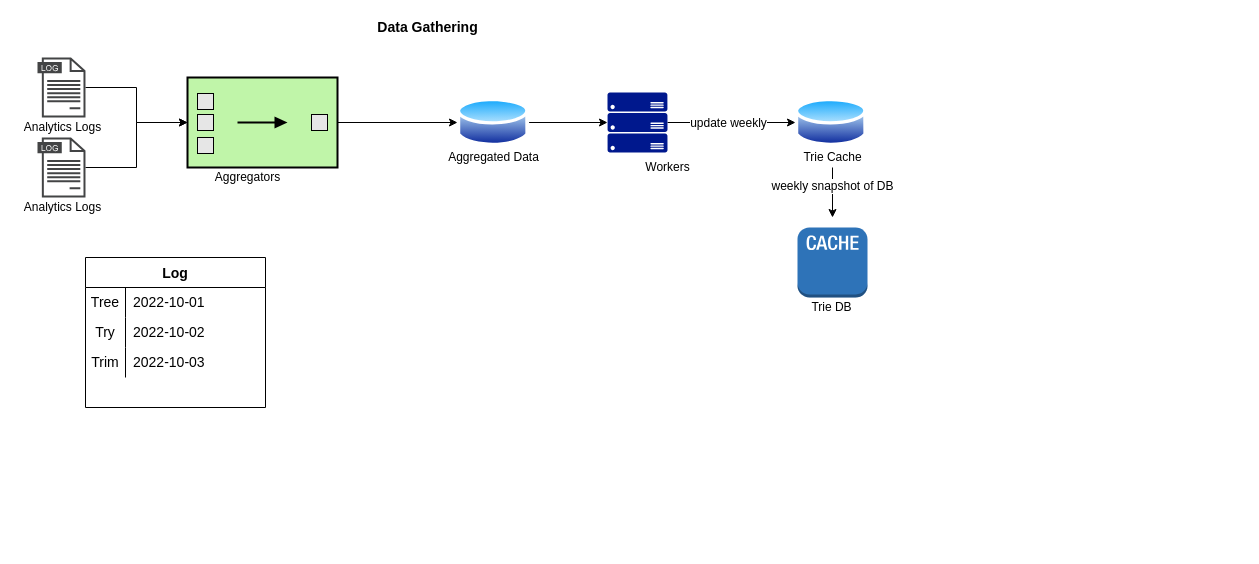
Before: Search Autocomplete System.drawio in qiusli/system-design, a draw.io diagram. Source tidied: cells renumbered, new cells numbered last; positions are measured from the earlier drawing's top-left corner, leaving out a move shared by most shapes. Both pictures are drawn from the tidied source at 100%, with x=0, y=0 at pixel (17, 17).
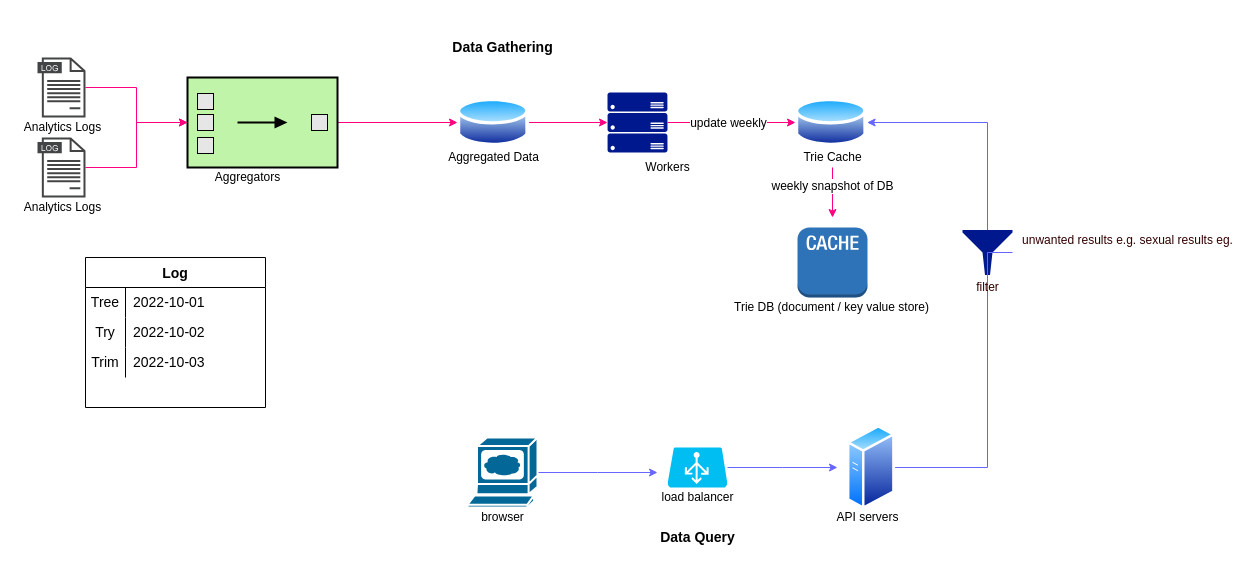
Above is the later version.

The change refers to these unchanged cells:
```xml
<mxCell id="3" style="sketch=0;shadow=0;dashed=0;html=1;strokeColor=none;fillColor=#434445;labelPosition=center;verticalLabelPosition=bottom;verticalAlign=top;align=center;outlineConnect=0;shape=mxgraph.vvd.log_files;" parent="1" vertex="1">
  <mxGeometry x="20" y="40" width="48" height="60" as="geometry" />
</mxCell>
<mxCell id="5" style="strokeWidth=2;outlineConnect=0;dashed=0;align=center;fontSize=8;fillColor=#c0f5a9;verticalLabelPosition=bottom;verticalAlign=top;shape=mxgraph.eip.aggregator;" parent="1" vertex="1">
  <mxGeometry x="170" y="60" width="150" height="90" as="geometry" />
</mxCell>
<mxCell id="7" style="sketch=0;shadow=0;dashed=0;html=1;strokeColor=none;fillColor=#434445;labelPosition=center;verticalLabelPosition=bottom;verticalAlign=top;align=center;outlineConnect=0;shape=mxgraph.vvd.log_files;" parent="1" vertex="1">
  <mxGeometry x="20" y="120" width="48" height="60" as="geometry" />
</mxCell>
<mxCell id="9" style="perimeter=ellipsePerimeter;html=1;align=center;shadow=0;dashed=0;spacingTop=3;image;image=img/lib/active_directory/database.svg;" parent="1" vertex="1">
  <mxGeometry x="440" y="78.5" width="71.6" height="53" as="geometry" />
</mxCell>
<mxCell id="12" style="sketch=0;shadow=0;dashed=0;html=1;strokeColor=none;labelPosition=center;verticalLabelPosition=bottom;verticalAlign=top;align=center;fillColor=#00188D;shape=mxgraph.azure.server_rack;" parent="1" vertex="1">
  <mxGeometry x="590" y="75" width="60" height="60" as="geometry" />
</mxCell>
<mxCell id="13" style="perimeter=ellipsePerimeter;html=1;align=center;shadow=0;dashed=0;spacingTop=3;image;image=img/lib/active_directory/database.svg;" parent="1" vertex="1">
  <mxGeometry x="778" y="78.5" width="71.6" height="53" as="geometry" />
</mxCell>
<mxCell id="22" value="Trie Cache" style="text;html=1;align=center;verticalAlign=middle;points=[];strokeColor=none;fillColor=none;" parent="1" vertex="1">
  <mxGeometry x="780" y="130" width="70" height="20" as="geometry" />
</mxCell>
```

What changed in the source:
```diff
@@
-    <mxCell id="2" style="edgeStyle=orthogonalEdgeStyle;rounded=0;jettySize=auto;html=1;entryX=0;entryY=0.5;entryDx=0;entryDy=0;entryPerimeter=0;" parent="1" edge="1" source="3" target="5">
+    <mxCell id="2" style="edgeStyle=orthogonalEdgeStyle;rounded=0;jettySize=auto;html=1;entryX=0;entryY=0.5;entryDx=0;entryDy=0;entryPerimeter=0;fontColor=#FF0000;strokeColor=#FF0080;" parent="1" edge="1" source="3" target="5">
       <mxGeometry relative="1" as="geometry" />
     </mxCell>
@@
-    <mxCell id="4" style="edgeStyle=orthogonalEdgeStyle;rounded=0;jettySize=auto;html=1;entryX=0;entryY=0.5;entryDx=0;entryDy=0;" parent="1" edge="1" source="5" target="9">
+    <mxCell id="4" style="edgeStyle=orthogonalEdgeStyle;rounded=0;jettySize=auto;html=1;entryX=0;entryY=0.5;entryDx=0;entryDy=0;fontColor=#FF0000;strokeColor=#FF0080;" parent="1" edge="1" source="5" target="9">
       <mxGeometry relative="1" as="geometry" />
     </mxCell>
@@
-    <mxCell id="6" style="edgeStyle=orthogonalEdgeStyle;rounded=0;jettySize=auto;html=1;entryX=0;entryY=0.5;entryDx=0;entryDy=0;entryPerimeter=0;" parent="1" edge="1" source="7" target="5">
+    <mxCell id="6" style="edgeStyle=orthogonalEdgeStyle;rounded=0;jettySize=auto;html=1;entryX=0;entryY=0.5;entryDx=0;entryDy=0;entryPerimeter=0;fontColor=#FF0000;strokeColor=#FF0080;" parent="1" edge="1" source="7" target="5">
       <mxGeometry relative="1" as="geometry" />
     </mxCell>
@@
-    <mxCell id="8" style="edgeStyle=orthogonalEdgeStyle;rounded=0;jettySize=auto;html=1;entryX=0;entryY=0.5;entryDx=0;entryDy=0;entryPerimeter=0;" parent="1" edge="1" source="9" target="12">
+    <mxCell id="8" style="edgeStyle=orthogonalEdgeStyle;rounded=0;jettySize=auto;html=1;entryX=0;entryY=0.5;entryDx=0;entryDy=0;entryPerimeter=0;fontColor=#FF0000;strokeColor=#FF0080;" parent="1" edge="1" source="9" target="12">
       <mxGeometry relative="1" as="geometry" />
     </mxCell>
@@
-    <mxCell id="10" style="edgeStyle=orthogonalEdgeStyle;rounded=0;jettySize=auto;html=1;entryX=0;entryY=0.5;entryDx=0;entryDy=0;" parent="1" edge="1" source="12" target="13">
+    <mxCell id="10" style="edgeStyle=orthogonalEdgeStyle;rounded=0;jettySize=auto;html=1;entryX=0;entryY=0.5;entryDx=0;entryDy=0;fontColor=#FF0000;strokeColor=#FF0080;" parent="1" edge="1" source="12" target="13">
       <mxGeometry relative="1" as="geometry" />
     </mxCell>
@@
-    <mxCell id="20" style="edgeStyle=orthogonalEdgeStyle;rounded=0;jettySize=auto;html=1;" parent="1" edge="1" source="22">
+    <mxCell id="20" style="edgeStyle=orthogonalEdgeStyle;rounded=0;jettySize=auto;html=1;strokeColor=#FF0080;" parent="1" edge="1" source="22">
       <mxGeometry relative="1" as="geometry">
         <mxPoint x="815" y="200" as="targetPoint" />
       </mxGeometry>
     </mxCell>
@@
-    <mxCell id="23" value="Trie DB" style="text;html=1;align=center;verticalAlign=middle;strokeColor=none;fillColor=none;" parent="1" vertex="1">
-      <mxGeometry x="783.8" y="280" width="60" height="20" as="geometry" />
+    <mxCell id="23" value="Trie DB (document / key value store)" style="text;html=1;align=center;verticalAlign=middle;strokeColor=none;fillColor=none;" parent="1" vertex="1">
+      <mxGeometry x="708.8" y="280" width="210" height="20" as="geometry" />
     </mxCell>
     <mxCell id="24" value="Data Gathering" style="text;html=1;align=center;verticalAlign=middle;strokeColor=none;fillColor=none;fontSize=14;fontStyle=1;" parent="1" vertex="1">
-      <mxGeometry x="350" width="120" height="20" as="geometry" />
+      <mxGeometry x="425" y="20" width="120" height="20" as="geometry" />
     </mxCell>
@@
+    <mxCell id="37" style="edgeStyle=orthogonalEdgeStyle;rounded=0;jettySize=auto;html=1;fontSize=12;strokeColor=#6666FF;" parent="1" edge="1" source="38">
+      <mxGeometry relative="1" as="geometry">
+        <mxPoint x="640" y="455" as="targetPoint" />
+      </mxGeometry>
+    </mxCell>
+    <mxCell id="38" style="shape=mxgraph.cisco.computers_and_peripherals.web_browser;html=1;dashed=0;fillColor=#036897;strokeColor=#ffffff;strokeWidth=2;verticalLabelPosition=bottom;verticalAlign=top;align=center;outlineConnect=0;fontSize=12;" parent="1" vertex="1">
+      <mxGeometry x="450" y="420" width="70" height="70" as="geometry" />
+    </mxCell>
+    <mxCell id="39" style="edgeStyle=orthogonalEdgeStyle;rounded=0;jettySize=auto;html=1;fontSize=12;strokeColor=#6666FF;" parent="1" edge="1" source="40">
+      <mxGeometry relative="1" as="geometry">
+        <mxPoint x="820" y="450" as="targetPoint" />
+      </mxGeometry>
+    </mxCell>
+    <mxCell id="40" style="verticalLabelPosition=bottom;html=1;verticalAlign=top;align=center;strokeColor=none;fillColor=#00BEF2;shape=mxgraph.azure.azure_load_balancer;fontSize=12;" parent="1" vertex="1">
+      <mxGeometry x="650" y="430" width="60" height="40" as="geometry" />
+    </mxCell>
+    <mxCell id="41" style="edgeStyle=orthogonalEdgeStyle;rounded=0;jettySize=auto;html=1;entryX=1;entryY=0.5;entryDx=0;entryDy=0;fontSize=12;strokeColor=#6666FF;startArrow=none;" parent="1" edge="1" source="47" target="13">
+      <mxGeometry relative="1" as="geometry">
+        <Array as="points">
+          <mxPoint x="970" y="105" />
+        </Array>
+      </mxGeometry>
+    </mxCell>
+    <mxCell id="42" style="perimeter=ellipsePerimeter;html=1;align=center;shadow=0;dashed=0;spacingTop=3;image;image=img/lib/active_directory/generic_server.svg;fontSize=12;" parent="1" vertex="1">
+      <mxGeometry x="830" y="407.5" width="47.6" height="85" as="geometry" />
+    </mxCell>
+    <mxCell id="43" value="browser" style="text;html=1;align=center;verticalAlign=middle;strokeColor=none;fillColor=none;fontSize=12;" parent="1" vertex="1">
+      <mxGeometry x="455" y="490" width="60" height="20" as="geometry" />
+    </mxCell>
+    <mxCell id="44" value="load balancer" style="text;html=1;align=center;verticalAlign=middle;strokeColor=none;fillColor=none;fontSize=12;" parent="1" vertex="1">
+      <mxGeometry x="635" y="470" width="90" height="20" as="geometry" />
+    </mxCell>
+    <mxCell id="45" value="API servers" style="text;html=1;align=center;verticalAlign=middle;strokeColor=none;fillColor=none;fontSize=12;" parent="1" vertex="1">
+      <mxGeometry x="810" y="490" width="80" height="20" as="geometry" />
+    </mxCell>
+    <mxCell id="46" value="Data Query" style="text;html=1;align=center;verticalAlign=middle;strokeColor=none;fillColor=none;fontSize=14;fontStyle=1;" parent="1" vertex="1">
+      <mxGeometry x="635" y="510" width="90" height="20" as="geometry" />
+    </mxCell>
+    <mxCell id="47" style="sketch=0;shadow=0;dashed=0;html=1;strokeColor=none;labelPosition=center;verticalLabelPosition=bottom;verticalAlign=top;align=center;fillColor=#00188D;shape=mxgraph.mscae.enterprise.filter;fontSize=12;fontColor=#FF0000;" parent="1" vertex="1">
+      <mxGeometry x="945" y="212.5" width="50" height="45" as="geometry" />
+    </mxCell>
+    <mxCell id="48" style="edgeStyle=orthogonalEdgeStyle;rounded=0;jettySize=auto;html=1;entryX=1;entryY=0.5;entryDx=0;entryDy=0;fontSize=12;strokeColor=#6666FF;endArrow=none;" parent="1" edge="1" source="42" target="47">
+      <mxGeometry relative="1" as="geometry">
+        <Array as="points">
+          <mxPoint x="970" y="450" />
+        </Array>
+      </mxGeometry>
+    </mxCell>
+    <mxCell id="49" value="filter" style="text;html=1;align=center;verticalAlign=middle;strokeColor=none;fillColor=none;fontSize=12;fontColor=#330000;" parent="1" vertex="1">
+      <mxGeometry x="950" y="260" width="40" height="20" as="geometry" />
+    </mxCell>
+    <mxCell id="50" value="unwanted results e.g. sexual results eg." style="text;html=1;align=center;verticalAlign=middle;strokeColor=none;fillColor=none;fontSize=12;fontColor=#330000;" parent="1" vertex="1">
+      <mxGeometry x="995" y="212.5" width="230" height="20" as="geometry" />
+    </mxCell>
```
